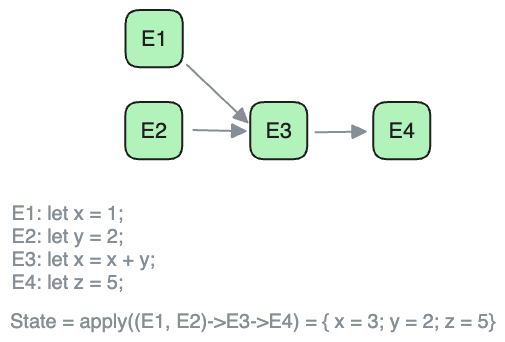
Above: src/list/raxos/history.excalidraw.png in drmingdrmer/consensus-essence (Excalidraw), before the change. Source tidied: one line per element, renumbered; positions are measured from the earlier drawing's top-left corner, leaving out a move shared by most shapes.
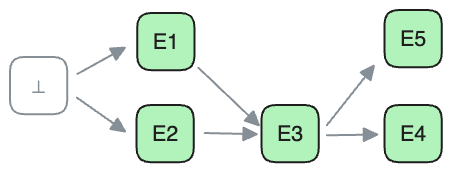
After the commit.

What changed in the source:
```diff
@@ -1,13 +1,18 @@
 {"id": 0, "type": "rectangle", "strokeColor": "#1e1e1e", "backgroundColor": "#b2f2bb", "fillStyle": "solid", "strokeWidth": 2, "roughness": 0, "round": true, "x": 116, "y": 0, "width": 57, "height": 57}
 {"id": 1, "type": "text", "text": "E1", "strokeColor": "#1e1e1e", "strokeWidth": 2, "roughness": 1, "fontSize": 21.56, "fontFamily": 2, "textAlign": "center", "verticalAlign": "middle", "inside": 0, "x": 131, "y": 16, "width": 26, "height": 25}
+{"id": 13, "type": "rectangle", "strokeColor": "#868e96", "strokeWidth": 2, "roughness": 0, "round": true, "x": -11, "y": 44, "width": 57, "height": 57}
+{"id": 14, "type": "text", "text": "⊥", "strokeColor": "#868e96", "strokeWidth": 2, "roughness": 1, "fontSize": 21.56, "fontFamily": 2, "textAlign": "center", "verticalAlign": "middle", "inside": 13, "x": 9, "y": 60, "width": 16, "height": 25}
 {"id": 2, "type": "rectangle", "strokeColor": "#1e1e1e", "backgroundColor": "#b2f2bb", "fillStyle": "solid", "strokeWidth": 2, "roughness": 0, "round": true, "x": 115, "y": 92, "width": 57, "height": 57}
 {"id": 3, "type": "text", "text": "E2", "strokeColor": "#1e1e1e", "strokeWidth": 2, "roughness": 1, "fontSize": 21.56, "fontFamily": 2, "textAlign": "center", "verticalAlign": "middle", "inside": 2, "x": 131, "y": 108, "width": 26, "height": 25}
 {"id": 4, "type": "rectangle", "strokeColor": "#1e1e1e", "backgroundColor": "#b2f2bb", "fillStyle": "solid", "strokeWidth": 2, "roughness": 0, "round": true, "x": 240, "y": 92, "width": 57, "height": 57}
 {"id": 5, "type": "text", "text": "E3", "strokeColor": "#1e1e1e", "strokeWidth": 2, "roughness": 1, "fontSize": 21.56, "fontFamily": 2, "textAlign": "center", "verticalAlign": "middle", "inside": 4, "x": 256, "y": 108, "width": 26, "height": 25}
 {"id": 6, "type": "rectangle", "strokeColor": "#1e1e1e", "backgroundColor": "#b2f2bb", "fillStyle": "solid", "strokeWidth": 2, "roughness": 0, "round": true, "x": 363, "y": 92, "width": 57, "height": 57}
 {"id": 7, "type": "text", "text": "E4", "strokeColor": "#1e1e1e", "strokeWidth": 2, "roughness": 1, "fontSize": 21.56, "fontFamily": 2, "textAlign": "center", "verticalAlign": "middle", "inside": 6, "x": 379, "y": 108, "width": 26, "height": 25}
+{"id": 15, "type": "rectangle", "strokeColor": "#1e1e1e", "backgroundColor": "#b2f2bb", "fillStyle": "solid", "strokeWidth": 2, "roughness": 0, "round": true, "x": 363, "y": -3, "width": 57, "height": 57}
+{"id": 16, "type": "text", "text": "E5", "strokeColor": "#1e1e1e", "strokeWidth": 2, "roughness": 1, "fontSize": 21.56, "fontFamily": 2, "textAlign": "center", "verticalAlign": "middle", "inside": 15, "x": 379, "y": 13, "width": 26, "height": 25}
-{"id": 8, "type": "arrow", "strokeColor": "#868e96", "backgroundColor": "#b2f2bb", "fillStyle": "solid", "strokeWidth": 2, "roughness": 0, "endArrowhead": "triangle", "round": true, "from": 0, "to": 4, "x": 177, "y": 55, "width": 61, "height": 58, "points": [[0, 0], [61, 58]]}
+{"id": 8, "type": "arrow", "strokeColor": "#868e96", "backgroundColor": "#b2f2bb", "fillStyle": "solid", "strokeWidth": 2, "roughness": 0, "endArrowhead": "triangle", "round": true, "from": 0, "to": 4, "x": 177, "y": 55, "width": 60, "height": 57, "points": [[0, 0], [60, 57]]}
+{"id": 17, "type": "arrow", "strokeColor": "#868e96", "backgroundColor": "#b2f2bb", "fillStyle": "solid", "strokeWidth": 2, "roughness": 0, "endArrowhead": "triangle", "round": true, "from": 13, "to": 0, "x": 56, "y": 61, "width": 48, "height": 26, "points": [[0, 0], [48, -26]]}
+{"id": 18, "type": "arrow", "strokeColor": "#868e96", "backgroundColor": "#b2f2bb", "fillStyle": "solid", "strokeWidth": 2, "roughness": 0, "endArrowhead": "triangle", "round": true, "from": 13, "to": 2, "x": 55, "y": 85, "width": 48, "height": 34, "points": [[0, 0], [48, 34]]}
 {"id": 9, "type": "arrow", "strokeColor": "#868e96", "backgroundColor": "#b2f2bb", "fillStyle": "solid", "strokeWidth": 2, "roughness": 0, "endArrowhead": "triangle", "round": true, "from": 2, "to": 4, "x": 183, "y": 120, "width": 52, "height": 1, "points": [[0, 0], [52, 1]]}
 {"id": 10, "type": "arrow", "strokeColor": "#868e96", "backgroundColor": "#b2f2bb", "fillStyle": "solid", "strokeWidth": 2, "roughness": 0, "endArrowhead": "triangle", "round": true, "from": 4, "to": 6, "x": 305, "y": 122, "width": 50, "height": 1, "points": [[0, 0], [50, -1]]}
-{"id": 11, "type": "text", "text": "E1: let x = 1;\nE2: let y = 2;\nE3: let x = x + y;\nE4: let z = 5;", "strokeColor": "#868e96", "backgroundColor": "#b2f2bb", "fillStyle": "solid", "strokeWidth": 2, "roughness": 0, "fontSize": 20, "fontFamily": 2, "x": 2, "y": 191, "width": 143, "height": 92}
-{"id": 12, "type": "text", "text": "State = apply((E1, E2)->E3->E4) = { x = 3; y = 2; z = 5}", "strokeColor": "#868e96", "backgroundColor": "#b2f2bb", "fillStyle": "solid", "strokeWidth": 2, "roughness": 0, "fontSize": 20, "fontFamily": 2, "x": 0, "y": 299, "width": 485, "height": 23}
+{"id": 19, "type": "arrow", "strokeColor": "#868e96", "backgroundColor": "#b2f2bb", "fillStyle": "solid", "strokeWidth": 2, "roughness": 0, "endArrowhead": "triangle", "round": true, "from": 4, "to": 15, "x": 305, "y": 112, "width": 47, "height": 60, "points": [[0, 0], [47, -60]]}
```
